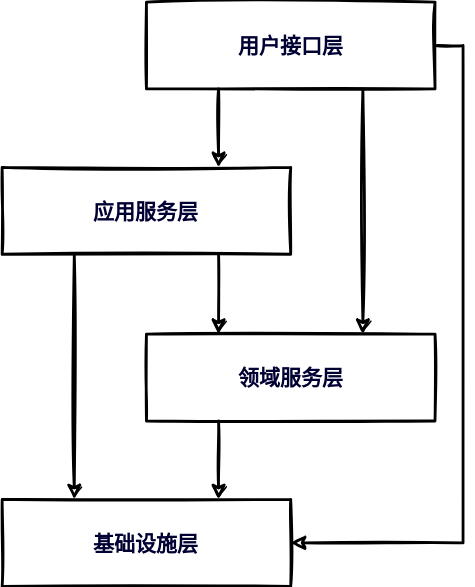
Before: Untitled Diagram.drawio.svg, a diagram exported from draw.io (hollson/pm). Source tidied: cells renumbered, new cells last; positions are measured from the earlier drawing's top-left corner, leaving out a move shared by most shapes.
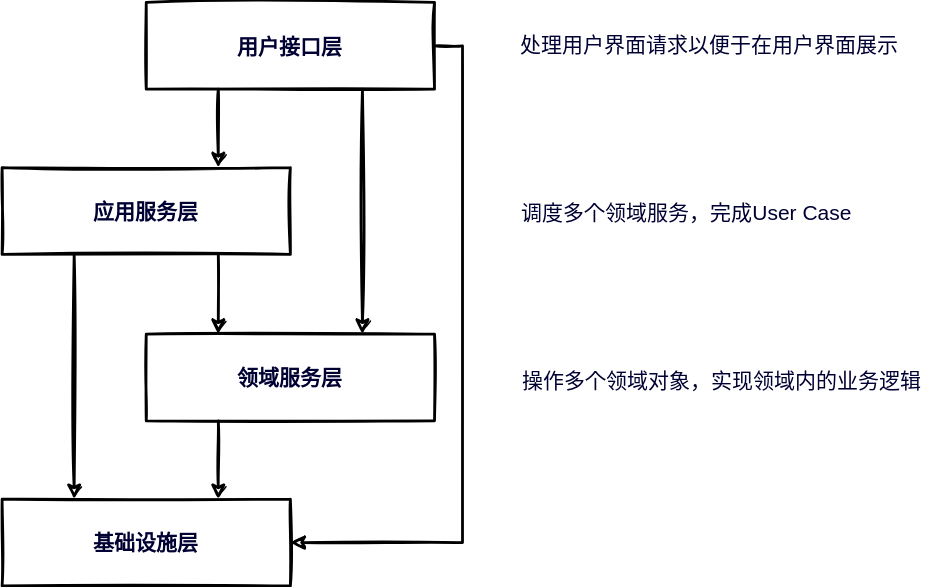
The same diagram one commit later.

Change to the diagram source:
```diff
@@ -38,5 +38,14 @@
     <mxCell id="13" style="edgeStyle=orthogonalEdgeStyle;rounded=0;jettySize=auto;html=1;exitX=0.25;exitY=1;exitDx=0;exitDy=0;entryX=0.75;entryY=0;entryDx=0;entryDy=0;fontColor=#000033;labelBackgroundColor=#FFFFFF;labelBorderColor=none;fontStyle=1;fontSize=15;strokeWidth=2;shadow=0;sketch=1;" parent="4" edge="1" source="8" target="3">
       <mxGeometry relative="1" as="geometry" />
     </mxCell>
+    <mxCell id="14" value="处理用户界面请求以便于在用户界面展示" style="text;html=1;align=center;verticalAlign=middle;strokeColor=none;fillColor=none;fontSize=15;fontColor=#000033;" parent="1" vertex="1">
+      <mxGeometry x="360" y="20" width="290" height="20" as="geometry" />
+    </mxCell>
+    <mxCell id="15" value="调度多个领域服务，完成User Case" style="text;html=1;align=center;verticalAlign=middle;strokeColor=none;fillColor=none;fontSize=15;fontColor=#000033;" parent="1" vertex="1">
+      <mxGeometry x="364" y="140" width="250" height="20" as="geometry" />
+    </mxCell>
+    <mxCell id="16" value="操作多个领域对象，实现领域内的业务逻辑" style="text;html=1;align=center;verticalAlign=middle;strokeColor=none;fillColor=none;fontSize=15;fontColor=#000033;" parent="1" vertex="1">
+      <mxGeometry x="364" y="260" width="300" height="20" as="geometry" />
+    </mxCell>
   </root>
 </mxGraphModel>
```
